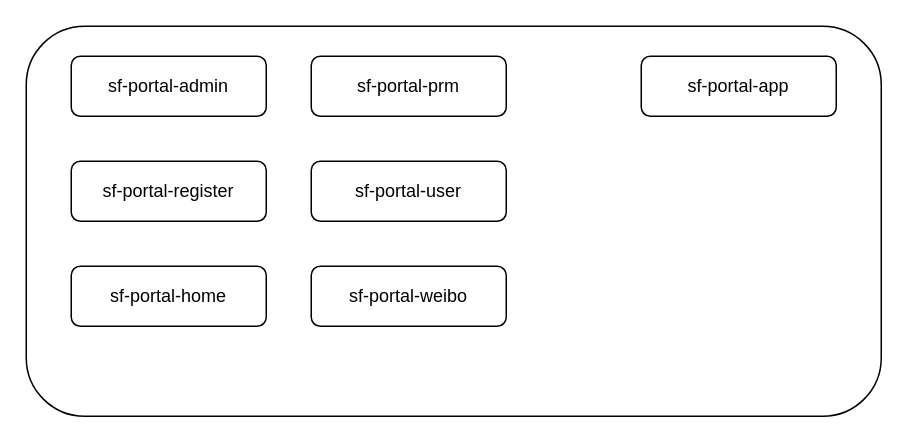
This is Untitled Diagram.drawio from sztime/com.sztime, a draw.io file, before an edit. Source tidied: cells renumbered, new cells numbered last; positions are measured from the earlier drawing's top-left corner, leaving out a move shared by most shapes. Both pictures are drawn from the tidied source at 150%, with x=0, y=0 at pixel (26, 26).
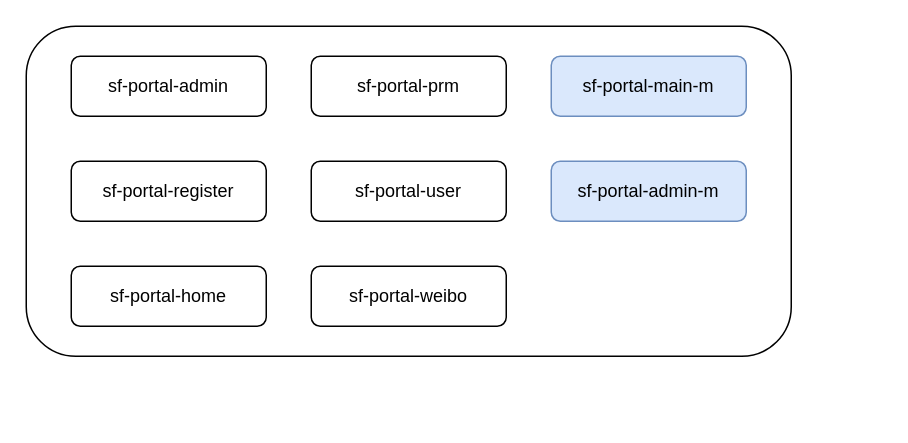
Above is the later version.

Change to the diagram source:
```diff
@@
 <mxGraphModel>
   <root>
     <mxCell id="0" />
     <mxCell id="1" parent="0" />
     <mxCell id="2" style="rounded=1;whiteSpace=wrap;html=1;" parent="1" vertex="1">
-      <mxGeometry width="570" height="260" as="geometry" />
+      <mxGeometry width="510" height="220" as="geometry" />
     </mxCell>
     <mxCell id="3" value="sf-portal-admin" style="rounded=1;whiteSpace=wrap;html=1;" parent="1" vertex="1">
       <mxGeometry x="30" y="20" width="130" height="40" as="geometry" />
     </mxCell>
     <mxCell id="4" value="sf-portal-prm" style="rounded=1;whiteSpace=wrap;html=1;" parent="1" vertex="1">
       <mxGeometry x="190" y="20" width="130" height="40" as="geometry" />
     </mxCell>
     <mxCell id="5" value="sf-portal-home" style="rounded=1;whiteSpace=wrap;html=1;" parent="1" vertex="1">
       <mxGeometry x="30" y="160" width="130" height="40" as="geometry" />
     </mxCell>
     <mxCell id="6" value="sf-portal-register" style="rounded=1;whiteSpace=wrap;html=1;" parent="1" vertex="1">
       <mxGeometry x="30" y="90" width="130" height="40" as="geometry" />
     </mxCell>
     <mxCell id="7" value="sf-portal-user" style="rounded=1;whiteSpace=wrap;html=1;" parent="1" vertex="1">
       <mxGeometry x="190" y="90" width="130" height="40" as="geometry" />
     </mxCell>
     <mxCell id="8" value="sf-portal-weibo" style="rounded=1;whiteSpace=wrap;html=1;" parent="1" vertex="1">
       <mxGeometry x="190" y="160" width="130" height="40" as="geometry" />
     </mxCell>
-    <mxCell id="9" value="sf-portal-app" style="rounded=1;whiteSpace=wrap;html=1;" parent="1" vertex="1">
-      <mxGeometry x="410" y="20" width="130" height="40" as="geometry" />
+    <mxCell id="9" value="sf-portal-main-m" style="rounded=1;whiteSpace=wrap;html=1;fillColor=#dae8fc;strokeColor=#6c8ebf;" parent="1" vertex="1">
+      <mxGeometry x="350" y="20" width="130" height="40" as="geometry" />
     </mxCell>
+    <mxCell id="10" value="sf-portal-admin-m" style="rounded=1;whiteSpace=wrap;html=1;fillColor=#dae8fc;strokeColor=#6c8ebf;" parent="1" vertex="1">
+      <mxGeometry x="350" y="90" width="130" height="40" as="geometry" />
+    </mxCell>
   </root>
 </mxGraphModel>
```
